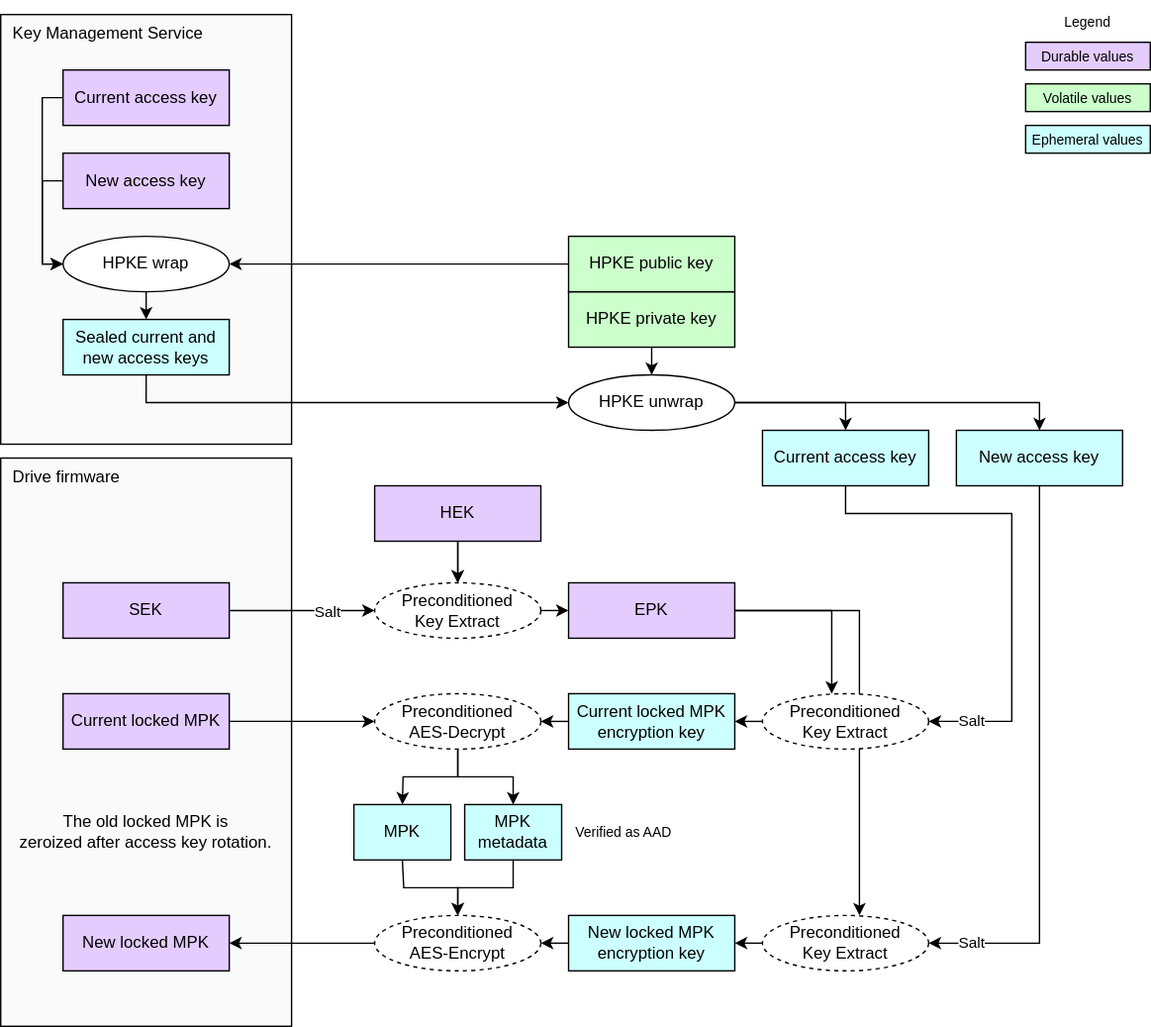
chipsalliance/Caliptra keeps this draw.io diagram as doc/ocp_lock/diagrams/mpk_access_key_rotation.drawio.svg. Above is the earlier version. Source tidied: cells renumbered, new cells last; positions are measured from the earlier drawing's top-left corner, leaving out a move shared by most shapes.
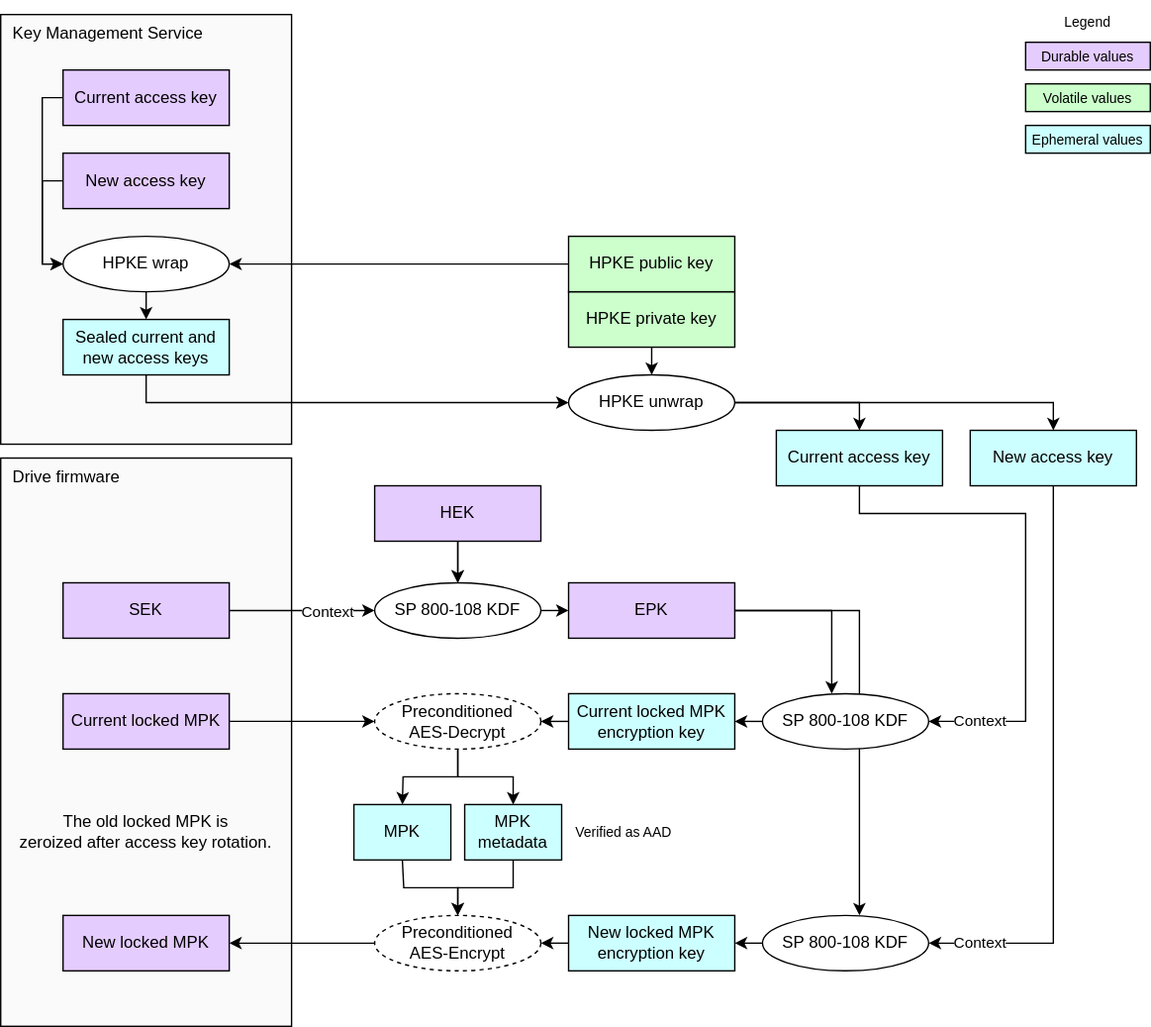
The same file after the commit.

Commit message:
Simplify LOCK to avoid use of preconditioned-key-extract.

The edit, as a diff of the source:
```diff
@@ -26,7 +26,7 @@
     <mxCell id="9" style="edgeStyle=none;html=1;exitX=1;exitY=0.5;exitDx=0;exitDy=0;entryX=0;entryY=0.5;entryDx=0;entryDy=0;" parent="1" edge="1" source="11" target="13">
       <mxGeometry relative="1" as="geometry" />
     </mxCell>
-    <mxCell id="10" value="Salt" style="edgeLabel;html=1;align=center;verticalAlign=middle;" parent="9" vertex="1">
+    <mxCell id="10" value="Context" style="edgeLabel;html=1;align=center;verticalAlign=middle;" parent="9" vertex="1">
       <mxGeometry x="0.33" relative="1" as="geometry" />
     </mxCell>
     <mxCell id="11" value="&lt;div&gt;&lt;font color=&quot;#000000&quot;&gt;SEK&lt;/font&gt;&lt;/div&gt;" style="rounded=0;whiteSpace=wrap;html=1;align=center;verticalAlign=middle;shadow=0;glass=0;spacingLeft=0;spacingBottom=0;spacingTop=0;fillColor=#E5CCFF;" parent="1" vertex="1">
@@ -35,7 +35,7 @@
     <mxCell id="12" style="edgeStyle=none;html=1;exitX=1;exitY=0.5;exitDx=0;exitDy=0;entryX=0;entryY=0.5;entryDx=0;entryDy=0;" parent="1" edge="1" source="13" target="14">
       <mxGeometry relative="1" as="geometry" />
     </mxCell>
-    <mxCell id="13" value="&lt;span style=&quot;color: rgb(0, 0, 0);&quot;&gt;Preconditioned&lt;/span&gt;&lt;div&gt;Key Extract&lt;/div&gt;" style="ellipse;whiteSpace=wrap;html=1;fillColor=#FFFFFF;dashed=1;" parent="1" vertex="1">
+    <mxCell id="13" value="SP 800-108 KDF" style="ellipse;whiteSpace=wrap;html=1;fillColor=#FFFFFF;" parent="1" vertex="1">
       <mxGeometry x="270" y="420" width="120" height="40" as="geometry" />
     </mxCell>
     <mxCell id="14" value="&lt;div&gt;&lt;font color=&quot;#000000&quot;&gt;EPK&lt;/font&gt;&lt;/div&gt;" style="rounded=0;whiteSpace=wrap;html=1;align=center;verticalAlign=middle;shadow=0;glass=0;spacingLeft=0;spacingBottom=0;spacingTop=0;fillColor=#E5CCFF;" parent="1" vertex="1">
@@ -88,19 +88,19 @@
     <mxCell id="28" style="edgeStyle=orthogonalEdgeStyle;html=1;exitX=0.5;exitY=1;exitDx=0;exitDy=0;entryX=1;entryY=0.5;entryDx=0;entryDy=0;rounded=0;" parent="1" edge="1" source="30" target="55">
       <mxGeometry relative="1" as="geometry">
         <Array as="points">
-          <mxPoint x="610" y="370" />
-          <mxPoint x="730" y="370" />
-          <mxPoint x="730" y="520" />
+          <mxPoint x="620" y="370" />
+          <mxPoint x="740" y="370" />
+          <mxPoint x="740" y="520" />
         </Array>
       </mxGeometry>
     </mxCell>
-    <mxCell id="29" value="Salt" style="edgeLabel;html=1;align=center;verticalAlign=middle;" parent="28" vertex="1">
+    <mxCell id="29" value="Context" style="edgeLabel;html=1;align=center;verticalAlign=middle;" parent="28" vertex="1">
       <mxGeometry x="0.86" relative="1" as="geometry">
-        <mxPoint x="6" y="-1" as="offset" />
+        <mxPoint x="11" y="-1" as="offset" />
       </mxGeometry>
     </mxCell>
     <mxCell id="30" value="&lt;div&gt;&lt;font color=&quot;#000000&quot;&gt;Current access key&lt;/font&gt;&lt;/div&gt;" style="rounded=0;whiteSpace=wrap;html=1;align=center;verticalAlign=middle;shadow=0;glass=0;spacingLeft=0;spacingBottom=0;spacingTop=0;fillColor=#CCFFFF;" parent="1" vertex="1">
-      <mxGeometry x="550" y="310" width="120" height="40" as="geometry" />
+      <mxGeometry x="560" y="310" width="120" height="40" as="geometry" />
     </mxCell>
     <mxCell id="31" style="endArrow=classic;html=1;rounded=0;endSize=6;startSize=6;exitX=0.5;exitY=1;exitDx=0;exitDy=0;entryX=0;entryY=0.5;entryDx=0;entryDy=0;edgeStyle=orthogonalEdgeStyle;" parent="1" edge="1" source="19" target="25">
       <mxGeometry relative="1" as="geometry" />
@@ -116,13 +116,13 @@
     <mxCell id="33" style="edgeStyle=orthogonalEdgeStyle;html=1;exitX=0.5;exitY=1;exitDx=0;exitDy=0;entryX=1;entryY=0.5;entryDx=0;entryDy=0;rounded=0;" parent="1" edge="1" source="35" target="42">
       <mxGeometry relative="1" as="geometry" />
     </mxCell>
-    <mxCell id="34" value="Salt" style="edgeLabel;html=1;align=center;verticalAlign=middle;" parent="33" vertex="1">
+    <mxCell id="34" value="Context" style="edgeLabel;html=1;align=center;verticalAlign=middle;" parent="33" vertex="1">
       <mxGeometry x="0.88" relative="1" as="geometry">
-        <mxPoint x="6" y="-1" as="offset" />
+        <mxPoint x="11" y="-1" as="offset" />
       </mxGeometry>
     </mxCell>
     <mxCell id="35" value="&lt;div&gt;&lt;font color=&quot;#000000&quot;&gt;New access key&lt;/font&gt;&lt;/div&gt;" style="rounded=0;whiteSpace=wrap;html=1;align=center;verticalAlign=middle;shadow=0;glass=0;spacingLeft=0;spacingBottom=0;spacingTop=0;fillColor=#CCFFFF;" parent="1" vertex="1">
-      <mxGeometry x="690" y="310" width="120" height="40" as="geometry" />
+      <mxGeometry x="700" y="310" width="120" height="40" as="geometry" />
     </mxCell>
     <mxCell id="36" style="endArrow=classic;html=1;rounded=0;endSize=6;startSize=6;entryX=1;entryY=0.5;entryDx=0;entryDy=0;jumpStyle=gap;exitX=0;exitY=0.5;exitDx=0;exitDy=0;" parent="1" edge="1" source="20" target="21">
       <mxGeometry relative="1" as="geometry" />
@@ -142,7 +142,7 @@
     <mxCell id="41" style="edgeStyle=none;html=1;" parent="1" edge="1" source="42" target="40">
       <mxGeometry relative="1" as="geometry" />
     </mxCell>
-    <mxCell id="42" value="&lt;span style=&quot;color: rgb(0, 0, 0);&quot;&gt;Preconditioned&lt;/span&gt;&lt;div&gt;Key Extract&lt;/div&gt;" style="ellipse;whiteSpace=wrap;html=1;fillColor=#FFFFFF;dashed=1;" parent="1" vertex="1">
+    <mxCell id="42" value="&lt;div&gt;SP 800-108 KDF&lt;/div&gt;" style="ellipse;whiteSpace=wrap;html=1;fillColor=#FFFFFF;" parent="1" vertex="1">
       <mxGeometry x="550" y="660" width="120" height="40" as="geometry" />
     </mxCell>
     <mxCell id="43" style="endArrow=classic;html=1;exitX=0;exitY=0.5;exitDx=0;exitDy=0;entryX=1;entryY=0.5;entryDx=0;entryDy=0;jumpStyle=gap;" parent="1" edge="1" source="55" target="38">
@@ -200,7 +200,7 @@
         </Array>
       </mxGeometry>
     </mxCell>
-    <mxCell id="55" value="&lt;span style=&quot;color: rgb(0, 0, 0);&quot;&gt;Preconditioned&lt;/span&gt;&lt;div&gt;Key Extract&lt;/div&gt;" style="ellipse;whiteSpace=wrap;html=1;fillColor=#FFFFFF;dashed=1;" parent="1" vertex="1">
+    <mxCell id="55" value="SP 800-108 KDF" style="ellipse;whiteSpace=wrap;html=1;fillColor=#FFFFFF;" parent="1" vertex="1">
       <mxGeometry x="550" y="500" width="120" height="40" as="geometry" />
     </mxCell>
     <mxCell id="56" value="&lt;div&gt;&lt;font color=&quot;#000000&quot;&gt;Current locked MPK&lt;/font&gt;&lt;/div&gt;" style="rounded=0;whiteSpace=wrap;html=1;align=center;verticalAlign=middle;shadow=0;glass=0;spacingLeft=0;spacingBottom=0;spacingTop=0;fillColor=#E5CCFF;" parent="1" vertex="1">
```
